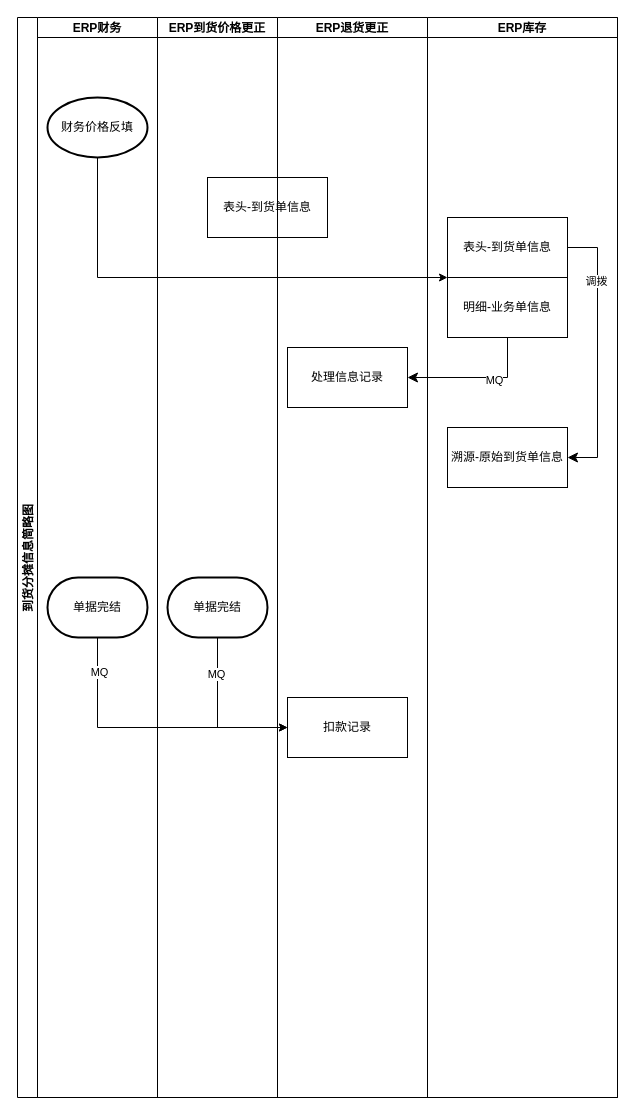
Above: 未命名绘图.drawio in fengj1202/draw (draw.io), before the change. Source tidied: cells renumbered, new cells numbered last; positions are measured from the earlier drawing's top-left corner, leaving out a move shared by most shapes. Both pictures are drawn from the tidied source at 100%, with x=0, y=0 at pixel (17, 17).
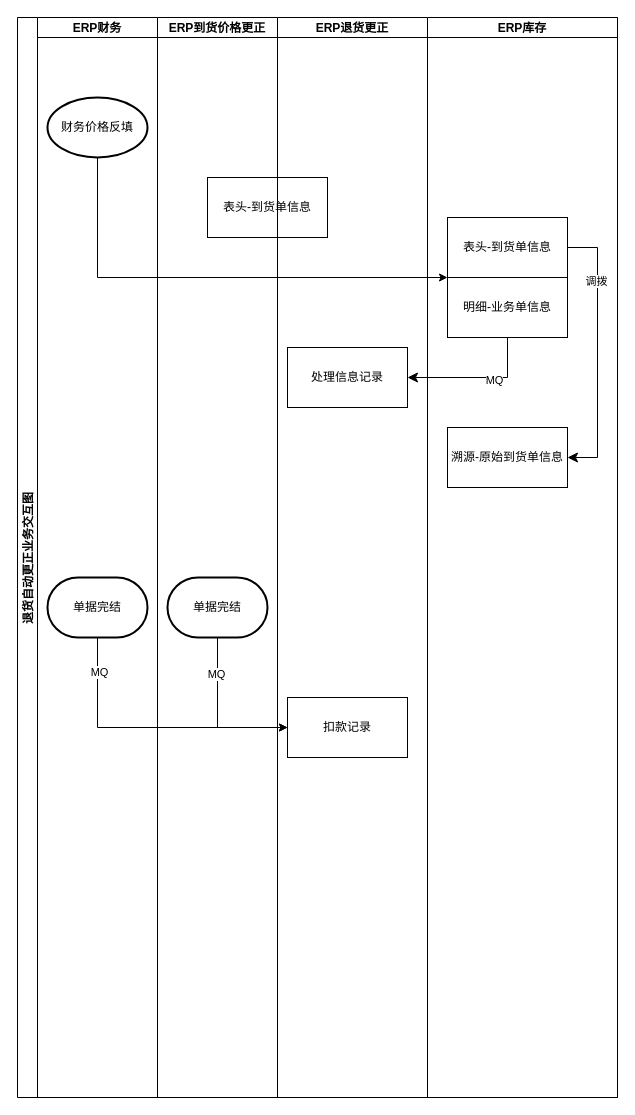
After the change.

Commit message (it also covers changes not shown here):
更新未命名绘图.drawio

Change to the diagram source:
```diff
@@
-    <mxCell id="2" value="到货分摊信息简略图" style="swimlane;startSize=20;horizontal=0;" parent="1" vertex="1">
+    <mxCell id="2" value="退货自动更正业务交互图" style="swimlane;startSize=20;horizontal=0;" parent="1" vertex="1">
       <mxGeometry width="600" height="1080" as="geometry" />
     </mxCell>
```
